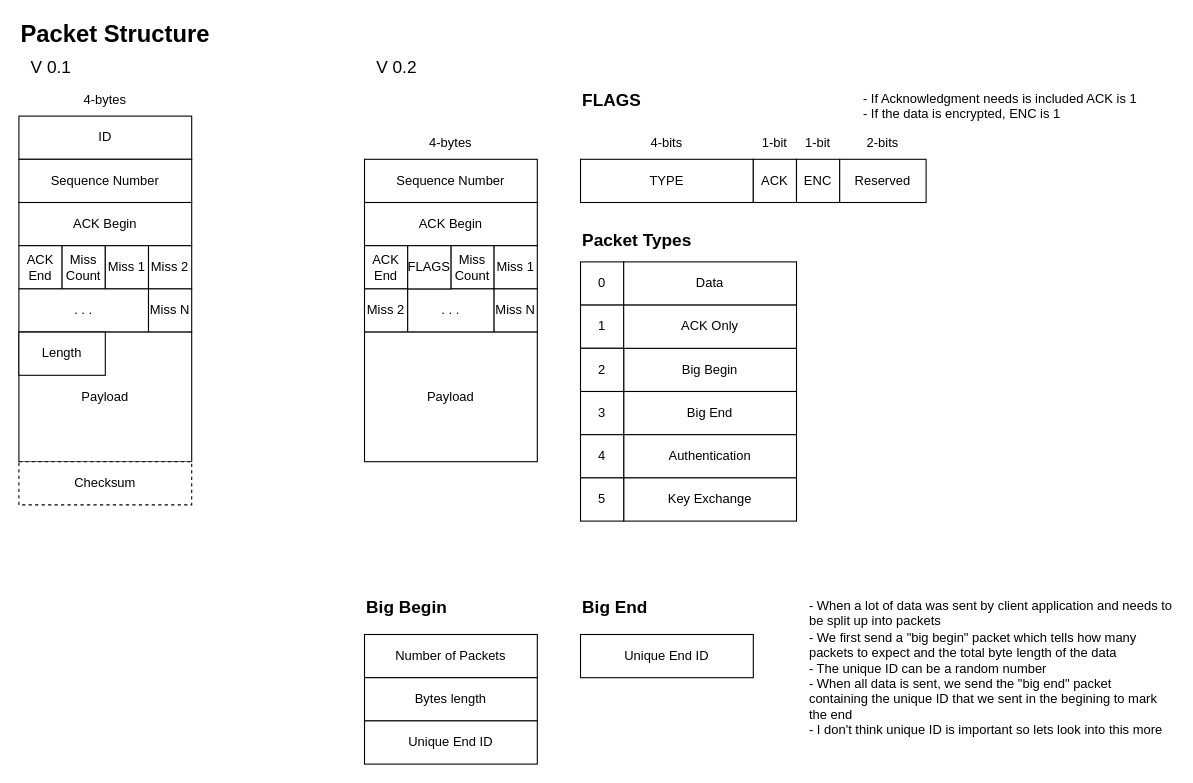
This is page "Packet Structure" (4 of 4) of Software-Architecture.drawio from Prototype-Aether/Prototype-Aether, a draw.io file, before an edit. Source tidied: cells renumbered, new cells numbered last; positions are measured from the earlier drawing's top-left corner, leaving out a move shared by most shapes. Both pictures are drawn from the tidied source at 108%, with x=0, y=0 at pixel (18, 18).
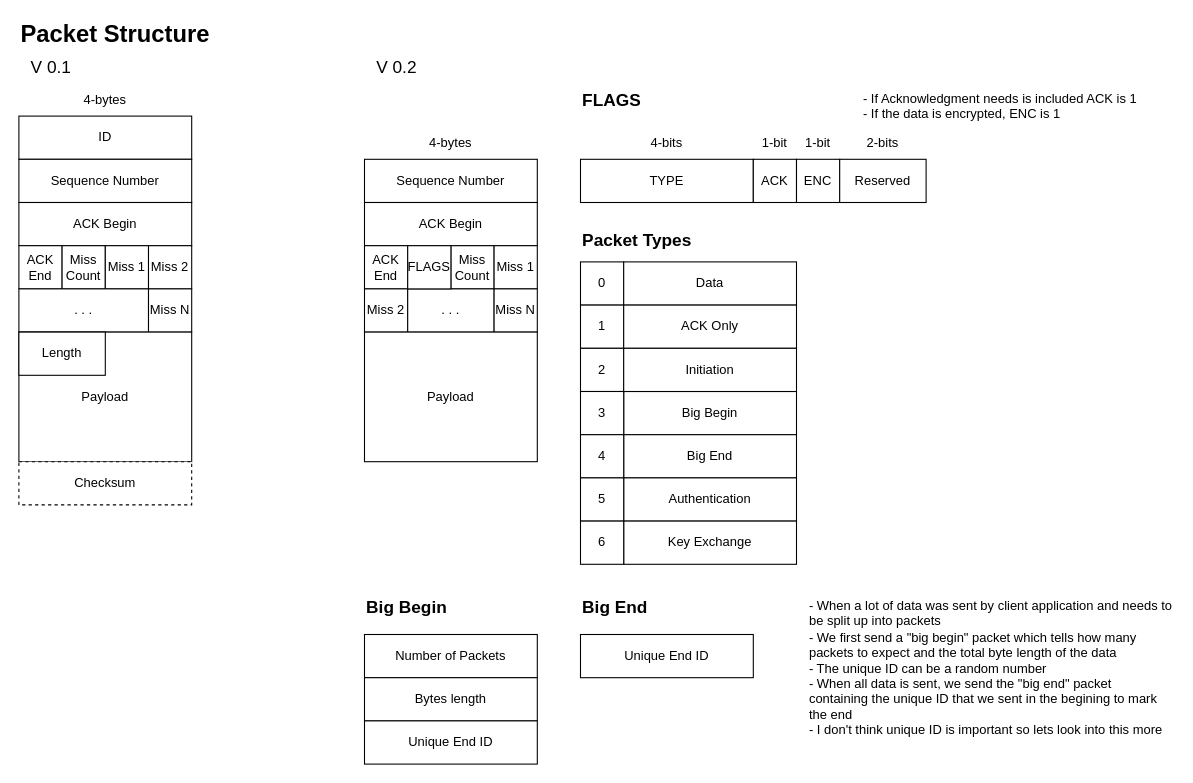
The same page after the edit.

The edit, as a diff of the source:
```diff
@@
     <mxCell id="34" value="Big Begin" style="rounded=0;whiteSpace=wrap;html=1;" parent="1" vertex="1">
-      <mxGeometry x="560" y="305" width="160" height="40" as="geometry" />
+      <mxGeometry x="560" y="345" width="160" height="40" as="geometry" />
     </mxCell>
@@
     <mxCell id="36" value="Big End" style="rounded=0;whiteSpace=wrap;html=1;" parent="1" vertex="1">
-      <mxGeometry x="560" y="345" width="160" height="40" as="geometry" />
+      <mxGeometry x="560" y="385" width="160" height="40" as="geometry" />
     </mxCell>
@@
     <mxCell id="38" value="Authentication" style="rounded=0;whiteSpace=wrap;html=1;" parent="1" vertex="1">
-      <mxGeometry x="560" y="385" width="160" height="40" as="geometry" />
+      <mxGeometry x="560" y="425" width="160" height="40" as="geometry" />
     </mxCell>
@@
     <mxCell id="42" value="Key Exchange" style="rounded=0;whiteSpace=wrap;html=1;" parent="1" vertex="1">
-      <mxGeometry x="560" y="425" width="160" height="40" as="geometry" />
+      <mxGeometry x="560" y="465" width="160" height="40" as="geometry" />
     </mxCell>
@@
+    <mxCell id="59" value="6" style="rounded=0;whiteSpace=wrap;html=1;" parent="1" vertex="1">
+      <mxGeometry x="520" y="465" width="40" height="40" as="geometry" />
+    </mxCell>
+    <mxCell id="60" value="Initiation" style="rounded=0;whiteSpace=wrap;html=1;" parent="1" vertex="1">
+      <mxGeometry x="560" y="305" width="160" height="40" as="geometry" />
+    </mxCell>
```
